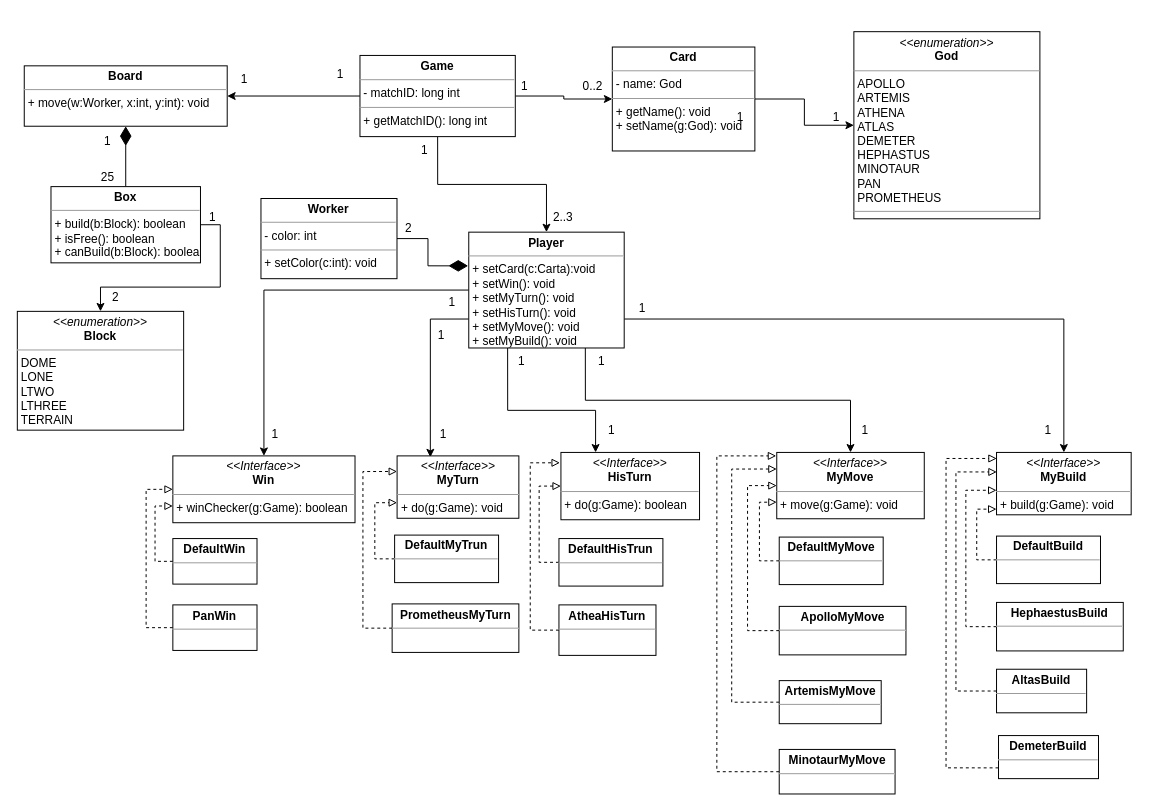
Before: UML/Model.drawio in peppetort/POLIMI_SE_19-20_santorini, a draw.io diagram. Source tidied: cells renumbered, new cells numbered last; positions are measured from the earlier drawing's top-left corner, leaving out a move shared by most shapes. Both pictures are drawn from the tidied source at 99%, with x=0, y=0 at pixel (17, 32).
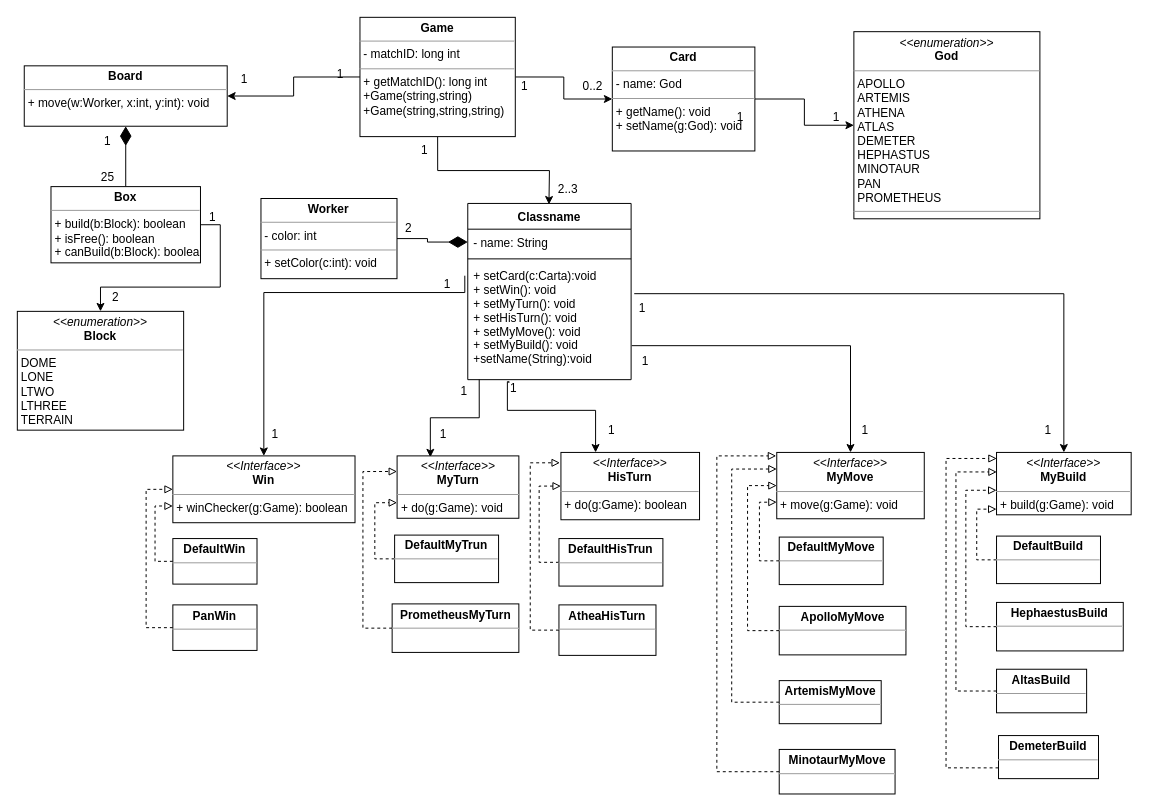
The same page after the edit.

Commit message:
aggiornato UML

Unchanged cells that the change refers to:
```xml
<mxCell id="17" value="&lt;p style=&quot;margin: 0px ; margin-top: 4px ; text-align: center&quot;&gt;&lt;i&gt;&amp;lt;&amp;lt;Interface&amp;gt;&amp;gt;&lt;/i&gt;&lt;br&gt;&lt;b&gt;Win&lt;/b&gt;&lt;/p&gt;&lt;hr size=&quot;1&quot;&gt;&lt;p style=&quot;margin: 0px ; margin-left: 4px&quot;&gt;+ winChecker(g:Game): boolean&lt;/p&gt;" style="verticalAlign=top;align=left;overflow=fill;fontSize=12;fontFamily=Helvetica;html=1;" parent="1" vertex="1">
  <mxGeometry x="157.1" y="428" width="184" height="67.5" as="geometry" />
</mxCell>
<mxCell id="18" value="&lt;p style=&quot;margin: 0px ; margin-top: 4px ; text-align: center&quot;&gt;&lt;i&gt;&amp;lt;&amp;lt;Interface&amp;gt;&amp;gt;&lt;/i&gt;&lt;br&gt;&lt;b&gt;MyTurn&lt;/b&gt;&lt;/p&gt;&lt;hr size=&quot;1&quot;&gt;&lt;p style=&quot;margin: 0px ; margin-left: 4px&quot;&gt;+ do(g:Game): void&lt;/p&gt;" style="verticalAlign=top;align=left;overflow=fill;fontSize=12;fontFamily=Helvetica;html=1;" parent="1" vertex="1">
  <mxGeometry x="383.6" y="428" width="123" height="63" as="geometry" />
</mxCell>
<mxCell id="19" value="&lt;p style=&quot;margin: 0px ; margin-top: 4px ; text-align: center&quot;&gt;&lt;i&gt;&amp;lt;&amp;lt;Interface&amp;gt;&amp;gt;&lt;/i&gt;&lt;br&gt;&lt;b&gt;HisTurn&lt;/b&gt;&lt;/p&gt;&lt;hr size=&quot;1&quot;&gt;&lt;p style=&quot;margin: 0px ; margin-left: 4px&quot;&gt;+ do(g:Game): boolean&lt;/p&gt;" style="verticalAlign=top;align=left;overflow=fill;fontSize=12;fontFamily=Helvetica;html=1;" parent="1" vertex="1">
  <mxGeometry x="549.1" y="424.5" width="140" height="68" as="geometry" />
</mxCell>
<mxCell id="20" value="&lt;p style=&quot;margin: 0px ; margin-top: 4px ; text-align: center&quot;&gt;&lt;i&gt;&amp;lt;&amp;lt;Interface&amp;gt;&amp;gt;&lt;/i&gt;&lt;br&gt;&lt;b&gt;MyMove&lt;/b&gt;&lt;/p&gt;&lt;hr size=&quot;1&quot;&gt;&lt;p style=&quot;margin: 0px ; margin-left: 4px&quot;&gt;+ move(g:Game): void&lt;/p&gt;" style="verticalAlign=top;align=left;overflow=fill;fontSize=12;fontFamily=Helvetica;html=1;" parent="1" vertex="1">
  <mxGeometry x="767.1" y="424.5" width="149" height="67" as="geometry" />
</mxCell>
<mxCell id="21" value="&lt;p style=&quot;margin: 0px ; margin-top: 4px ; text-align: center&quot;&gt;&lt;i&gt;&amp;lt;&amp;lt;Interface&amp;gt;&amp;gt;&lt;/i&gt;&lt;br&gt;&lt;b&gt;MyBuild&lt;/b&gt;&lt;/p&gt;&lt;hr size=&quot;1&quot;&gt;&lt;p style=&quot;margin: 0px ; margin-left: 4px&quot;&gt;+ build(g:Game): void&lt;/p&gt;" style="verticalAlign=top;align=left;overflow=fill;fontSize=12;fontFamily=Helvetica;html=1;" parent="1" vertex="1">
  <mxGeometry x="989.1" y="424.5" width="136" height="63" as="geometry" />
</mxCell>
<mxCell id="79" value="&lt;p style=&quot;margin: 0px ; margin-top: 4px ; text-align: center&quot;&gt;&lt;b&gt;Worker&lt;/b&gt;&lt;/p&gt;&lt;hr size=&quot;1&quot;&gt;&lt;p style=&quot;margin: 0px ; margin-left: 4px&quot;&gt;- color: int&lt;/p&gt;&lt;hr size=&quot;1&quot;&gt;&lt;p style=&quot;margin: 0px ; margin-left: 4px&quot;&gt;+ setColor(c:int): void&lt;/p&gt;" style="verticalAlign=top;align=left;overflow=fill;fontSize=12;fontFamily=Helvetica;html=1;" parent="1" vertex="1">
  <mxGeometry x="246.1" y="168" width="137.4" height="81" as="geometry" />
</mxCell>
```

Diff of the diagram source:
```diff
@@
-    <mxCell id="9" style="edgeStyle=orthogonalEdgeStyle;rounded=0;jettySize=auto;html=1;exitX=0;exitY=0.5;exitDx=0;exitDy=0;" parent="1" edge="1" source="14" target="17">
-      <mxGeometry relative="1" as="geometry" />
+    <mxCell id="9" style="edgeStyle=orthogonalEdgeStyle;rounded=0;jettySize=auto;html=1;" parent="1" edge="1" target="17">
+      <mxGeometry relative="1" as="geometry">
+        <mxPoint x="452" y="246" as="sourcePoint" />
+        <Array as="points">
+          <mxPoint x="452" y="263" />
+          <mxPoint x="249" y="263" />
+        </Array>
+      </mxGeometry>
     </mxCell>
-    <mxCell id="10" style="edgeStyle=orthogonalEdgeStyle;rounded=0;jettySize=auto;html=1;exitX=0;exitY=0.75;exitDx=0;exitDy=0;entryX=0.273;entryY=0.022;entryDx=0;entryDy=0;entryPerimeter=0;" parent="1" edge="1" source="14" target="18">
+    <mxCell id="10" style="edgeStyle=orthogonalEdgeStyle;rounded=0;jettySize=auto;html=1;entryX=0.273;entryY=0.022;entryDx=0;entryDy=0;entryPerimeter=0;exitX=0.07;exitY=0.999;exitDx=0;exitDy=0;exitPerimeter=0;" parent="1" edge="1" source="83" target="18">
       <mxGeometry relative="1" as="geometry" />
     </mxCell>
-    <mxCell id="11" style="edgeStyle=orthogonalEdgeStyle;rounded=0;jettySize=auto;html=1;exitX=0.25;exitY=1;exitDx=0;exitDy=0;entryX=0.25;entryY=0;entryDx=0;entryDy=0;" parent="1" edge="1" source="14" target="19">
+    <mxCell id="11" style="edgeStyle=orthogonalEdgeStyle;rounded=0;jettySize=auto;html=1;exitX=0.246;exitY=1.02;exitDx=0;exitDy=0;entryX=0.25;entryY=0;entryDx=0;entryDy=0;exitPerimeter=0;" parent="1" edge="1" source="83" target="19">
       <mxGeometry relative="1" as="geometry">
         <Array as="points">
+          <mxPoint x="497" y="353" />
+          <mxPoint x="495" y="353" />
           <mxPoint x="495" y="382" />
           <mxPoint x="584" y="382" />
         </Array>
       </mxGeometry>
     </mxCell>
-    <mxCell id="12" style="edgeStyle=orthogonalEdgeStyle;rounded=0;jettySize=auto;html=1;exitX=0.75;exitY=1;exitDx=0;exitDy=0;" parent="1" edge="1" source="14" target="20">
+    <mxCell id="12" style="edgeStyle=orthogonalEdgeStyle;rounded=0;jettySize=auto;html=1;exitX=1.004;exitY=0.709;exitDx=0;exitDy=0;exitPerimeter=0;" parent="1" edge="1" source="83" target="20">
       <mxGeometry relative="1" as="geometry" />
     </mxCell>
-    <mxCell id="13" style="edgeStyle=orthogonalEdgeStyle;rounded=0;jettySize=auto;html=1;exitX=1;exitY=0.75;exitDx=0;exitDy=0;" parent="1" edge="1" source="14" target="21">
+    <mxCell id="13" style="edgeStyle=orthogonalEdgeStyle;rounded=0;jettySize=auto;html=1;exitX=1.019;exitY=0.264;exitDx=0;exitDy=0;exitPerimeter=0;" parent="1" edge="1" source="83" target="21">
       <mxGeometry relative="1" as="geometry" />
     </mxCell>
-    <mxCell id="14" value="&lt;p style=&quot;margin: 0px ; margin-top: 4px ; text-align: center&quot;&gt;&lt;b&gt;Player&lt;/b&gt;&lt;/p&gt;&lt;hr size=&quot;1&quot;&gt;&lt;p style=&quot;margin: 0px ; margin-left: 4px&quot;&gt;&lt;/p&gt;&lt;p style=&quot;margin: 0px ; margin-left: 4px&quot;&gt;+ setCard(c:Carta):void&lt;/p&gt;&lt;p style=&quot;margin: 0px ; margin-left: 4px&quot;&gt;+ setWin(): void&lt;/p&gt;&lt;p style=&quot;margin: 0px ; margin-left: 4px&quot;&gt;+ setMyTurn(): void&lt;/p&gt;&lt;p style=&quot;margin: 0px ; margin-left: 4px&quot;&gt;+ setHisTurn(): void&lt;/p&gt;&lt;p style=&quot;margin: 0px ; margin-left: 4px&quot;&gt;+ setMyMove(): void&lt;/p&gt;&lt;p style=&quot;margin: 0px ; margin-left: 4px&quot;&gt;+ setMyBuild(): void&lt;/p&gt;" style="verticalAlign=top;align=left;overflow=fill;fontSize=12;fontFamily=Helvetica;html=1;" parent="1" vertex="1">
-      <mxGeometry x="456" y="202" width="157" height="117" as="geometry" />
-    </mxCell>
@@
-    <mxCell id="58" style="edgeStyle=orthogonalEdgeStyle;rounded=0;jettySize=auto;html=1;exitX=0.5;exitY=1;exitDx=0;exitDy=0;" parent="1" edge="1" source="59" target="14">
-      <mxGeometry relative="1" as="geometry" />
+    <mxCell id="58" style="edgeStyle=orthogonalEdgeStyle;rounded=0;jettySize=auto;html=1;exitX=0.5;exitY=1;exitDx=0;exitDy=0;" parent="1" edge="1" source="59">
+      <mxGeometry relative="1" as="geometry">
+        <mxPoint x="537" y="174" as="targetPoint" />
+      </mxGeometry>
     </mxCell>
-    <mxCell id="59" value="&lt;p style=&quot;margin: 0px ; margin-top: 4px ; text-align: center&quot;&gt;&lt;b&gt;Game&lt;/b&gt;&lt;/p&gt;&lt;hr size=&quot;1&quot;&gt;&lt;p style=&quot;margin: 0px ; margin-left: 4px&quot;&gt;- matchID: long int&lt;br&gt;&lt;/p&gt;&lt;hr size=&quot;1&quot;&gt;&lt;p style=&quot;margin: 0px ; margin-left: 4px&quot;&gt;&lt;span&gt;+ getMatchID(): long int&lt;/span&gt;&lt;br&gt;&lt;/p&gt;" style="verticalAlign=top;align=left;overflow=fill;fontSize=12;fontFamily=Helvetica;html=1;" parent="1" vertex="1">
-      <mxGeometry x="346.1" y="23.5" width="156.9" height="82" as="geometry" />
+    <mxCell id="59" value="&lt;p style=&quot;margin: 0px ; margin-top: 4px ; text-align: center&quot;&gt;&lt;b&gt;Game&lt;/b&gt;&lt;/p&gt;&lt;hr size=&quot;1&quot;&gt;&lt;p style=&quot;margin: 0px ; margin-left: 4px&quot;&gt;- matchID: long int&lt;br&gt;&lt;/p&gt;&lt;hr size=&quot;1&quot;&gt;&lt;p style=&quot;margin: 0px ; margin-left: 4px&quot;&gt;&lt;span&gt;+ getMatchID(): long int&lt;/span&gt;&lt;br&gt;&lt;/p&gt;&lt;p style=&quot;margin: 0px ; margin-left: 4px&quot;&gt;&lt;span&gt;+Game(string,string)&lt;/span&gt;&lt;/p&gt;&lt;p style=&quot;margin: 0px ; margin-left: 4px&quot;&gt;&lt;span&gt;+Game(string,string,string)&lt;/span&gt;&lt;/p&gt;" style="verticalAlign=top;align=left;overflow=fill;fontSize=12;fontFamily=Helvetica;html=1;" parent="1" vertex="1">
+      <mxGeometry x="346.1" y="-15" width="156.9" height="120.5" as="geometry" />
     </mxCell>
@@
     <mxCell id="65" value="2..3" style="text;html=1;align=center;verticalAlign=middle;" parent="1" vertex="1">
-      <mxGeometry x="536" y="178" width="30" height="18" as="geometry" />
+      <mxGeometry x="541" y="150" width="30" height="18" as="geometry" />
     </mxCell>
@@
-    <mxCell id="67" value="1" style="text;html=1;align=center;verticalAlign=middle;" parent="1" vertex="1">
-      <mxGeometry x="581" y="324" width="17" height="18" as="geometry" />
-    </mxCell>
-    <mxCell id="68" value="1" style="text;html=1;align=center;verticalAlign=middle;" parent="1" vertex="1">
-      <mxGeometry x="500" y="324" width="17" height="18" as="geometry" />
-    </mxCell>
     <mxCell id="69" value="1" style="text;html=1;align=center;verticalAlign=middle;" parent="1" vertex="1">
-      <mxGeometry x="419" y="297" width="17" height="18" as="geometry" />
+      <mxGeometry x="442.1" y="354.2" width="17" height="18" as="geometry" />
     </mxCell>
     <mxCell id="70" value="1" style="text;html=1;align=center;verticalAlign=middle;" parent="1" vertex="1">
-      <mxGeometry x="430" y="264" width="17" height="18" as="geometry" />
+      <mxGeometry x="425.1" y="246" width="17" height="18" as="geometry" />
     </mxCell>
@@
-    <mxCell id="78" style="edgeStyle=orthogonalEdgeStyle;rounded=0;jettySize=auto;html=1;entryX=-0.004;entryY=0.291;entryDx=0;entryDy=0;entryPerimeter=0;endArrow=diamondThin;endFill=1;endSize=17;" parent="1" edge="1" source="79" target="14">
+    <mxCell id="78" style="edgeStyle=orthogonalEdgeStyle;rounded=0;jettySize=auto;html=1;entryX=0;entryY=0.5;entryDx=0;entryDy=0;endArrow=diamondThin;endFill=1;endSize=17;" parent="1" edge="1" source="79" target="81">
       <mxGeometry relative="1" as="geometry" />
     </mxCell>
@@
+    <mxCell id="80" value="Classname" style="swimlane;fontStyle=1;align=center;verticalAlign=top;horizontal=1;startSize=26;" parent="1" vertex="1">
+      <mxGeometry x="455" y="173" width="165" height="178" as="geometry" />
+    </mxCell>
+    <mxCell id="81" value="- name: String" style="text;strokeColor=none;fillColor=none;align=left;verticalAlign=top;spacingLeft=4;spacingRight=4;overflow=hidden;points=[[0,0.5],[1,0.5]];portConstraint=eastwest;" parent="80" vertex="1">
+      <mxGeometry y="26" width="165" height="26" as="geometry" />
+    </mxCell>
+    <mxCell id="82" style="line;strokeWidth=1;fillColor=none;align=left;verticalAlign=middle;spacingTop=-1;spacingLeft=3;spacingRight=3;labelPosition=right;" parent="80" vertex="1">
+      <mxGeometry y="52" width="165" height="8" as="geometry" />
+    </mxCell>
+    <mxCell id="83" value="+ setCard(c:Carta):void&#10;+ setWin(): void&#10;+ setMyTurn(): void&#10;+ setHisTurn(): void&#10;+ setMyMove(): void&#10;+ setMyBuild(): void&#10;+setName(String):void" style="text;strokeColor=none;fillColor=none;align=left;verticalAlign=top;spacingLeft=4;spacingRight=4;overflow=hidden;points=[[0,0.5],[1,0.5]];portConstraint=eastwest;" parent="80" vertex="1">
+      <mxGeometry y="60" width="165" height="118" as="geometry" />
+    </mxCell>
+    <mxCell id="84" value="1" style="text;html=1;align=center;verticalAlign=middle;" parent="1" vertex="1">
+      <mxGeometry x="625" y="324" width="17" height="18" as="geometry" />
+    </mxCell>
+    <mxCell id="85" value="1" style="text;html=1;align=center;verticalAlign=middle;" parent="1" vertex="1">
+      <mxGeometry x="492" y="351" width="17" height="18" as="geometry" />
+    </mxCell>
```
